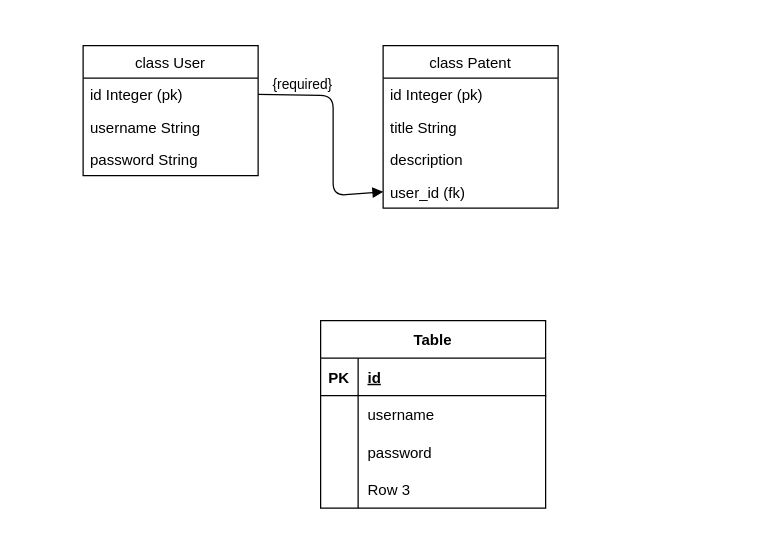
This is patentschema.drawio from ryan-dev-flat/patent, a draw.io file, before an edit. Source tidied: cells renumbered, new cells numbered last; positions are measured from the earlier drawing's top-left corner, leaving out a move shared by most shapes. Both pictures are drawn from the tidied source at 125%, with x=0, y=0 at pixel (82, 45).
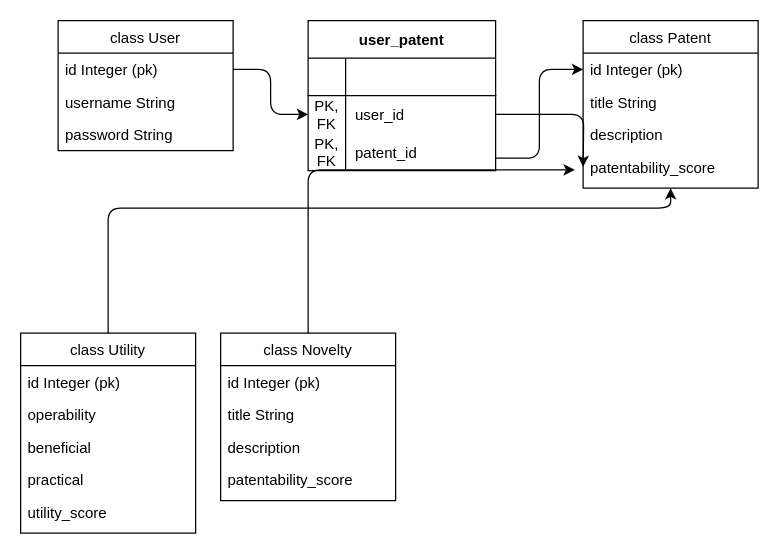
The same page after the edit.

Commit message (it also covers changes not shown here):
latest code updated models and migrated

The change refers to these unchanged cells:
```xml
<mxCell id="3" value="id Integer (pk)" style="text;strokeColor=none;fillColor=none;align=left;verticalAlign=top;spacingLeft=4;spacingRight=4;overflow=hidden;points=[[0,0.5],[1,0.5]];portConstraint=eastwest;" parent="2" vertex="1">
  <mxGeometry y="26" width="140" height="26" as="geometry" />
</mxCell>
<mxCell id="7" value="id Integer (pk)" style="text;strokeColor=none;fillColor=none;align=left;verticalAlign=top;spacingLeft=4;spacingRight=4;overflow=hidden;points=[[0,0.5],[1,0.5]];portConstraint=eastwest;" parent="6" vertex="1">
  <mxGeometry y="26" width="140" height="26" as="geometry" />
</mxCell>
```

Change to the diagram source:
```diff
@@
     <mxCell id="2" value="class User" style="swimlane;fontStyle=0;horizontal=1;startSize=26;fillColor=none;" parent="1" vertex="1">
-      <mxGeometry width="140" height="104" as="geometry" />
+      <mxGeometry x="-20" y="-20" width="140" height="104" as="geometry" />
     </mxCell>
@@
+    <mxCell id="25" style="edgeStyle=orthogonalEdgeStyle;html=1;elbow=vertical;" parent="1" edge="1" source="31" target="27">
+      <mxGeometry relative="1" as="geometry">
+        <Array as="points">
+          <mxPoint x="20" y="130" />
+          <mxPoint x="470" y="130" />
+        </Array>
+      </mxGeometry>
+    </mxCell>
+    <mxCell id="26" style="edgeStyle=orthogonalEdgeStyle;html=1;elbow=vertical;entryX=-0.048;entryY=0.513;entryDx=0;entryDy=0;entryPerimeter=0;" parent="1" edge="1" source="37" target="27">
+      <mxGeometry relative="1" as="geometry" />
+    </mxCell>
     <mxCell id="6" value="class Patent" style="swimlane;fontStyle=0;horizontal=1;startSize=26;fillColor=none;" parent="1" vertex="1">
-      <mxGeometry x="240" width="140" height="130" as="geometry" />
+      <mxGeometry x="400" y="-20" width="140" height="134" as="geometry" />
     </mxCell>
@@
-    <mxCell id="10" value="user_id (fk)" style="text;strokeColor=none;fillColor=none;align=left;verticalAlign=top;spacingLeft=4;spacingRight=4;overflow=hidden;points=[[0,0.5],[1,0.5]];portConstraint=eastwest;" parent="6" vertex="1">
-      <mxGeometry y="104" width="140" height="26" as="geometry" />
-    </mxCell>
-    <mxCell id="11" value="{required}" style="html=1;verticalAlign=bottom;labelBackgroundColor=none;endArrow=block;endFill=1;endSize=6;align=left;entryX=0;entryY=0.5;entryDx=0;entryDy=0;exitX=1;exitY=0.5;exitDx=0;exitDy=0;" parent="1" edge="1" source="3" target="10">
-      <mxGeometry x="-0.89" y="-1" relative="1" as="geometry">
-        <Array as="points">
-          <mxPoint x="200" y="40" />
-          <mxPoint x="200" y="120" />
-        </Array>
-      </mxGeometry>
-    </mxCell>
+    <mxCell id="27" value="patentability_score" style="text;strokeColor=none;fillColor=none;align=left;verticalAlign=top;spacingLeft=4;spacingRight=4;overflow=hidden;points=[[0,0.5],[1,0.5]];portConstraint=eastwest;" parent="6" vertex="1">
+      <mxGeometry y="104" width="140" height="30" as="geometry" />
+    </mxCell>
+    <mxCell id="28" style="edgeStyle=orthogonalEdgeStyle;html=1;elbow=vertical;exitX=1;exitY=0.5;exitDx=0;exitDy=0;" parent="1" edge="1" source="16">
+      <mxGeometry relative="1" as="geometry">
+        <mxPoint x="400" y="97" as="targetPoint" />
+      </mxGeometry>
+    </mxCell>
-    <mxCell id="12" value="Table" style="shape=table;startSize=30;childLayout=tableLayout;rowLines=0;fontStyle=1;align=center;" parent="1" vertex="1">
-      <mxGeometry x="190" y="220" width="180" height="150" as="geometry" />
+    <mxCell id="12" value="user_patent" style="shape=table;startSize=30;childLayout=tableLayout;rowLines=0;fontStyle=1;align=center;" parent="1" vertex="1">
+      <mxGeometry x="180" y="-20" width="150" height="120" as="geometry" />
     </mxCell>
     <mxCell id="13" style="shape=tableRow;horizontal=0;startSize=0;swimlaneHead=0;swimlaneBody=0;fillColor=none;top=0;left=0;right=0;bottom=1;" parent="12" vertex="1">
-      <mxGeometry y="30" width="180" height="30" as="geometry" />
+      <mxGeometry y="30" width="150" height="30" as="geometry" />
     </mxCell>
-    <mxCell id="14" value="PK" style="shape=partialRectangle;fillColor=none;top=0;left=0;bottom=0;right=0;fontStyle=1;overflow=hidden;" parent="13" vertex="1">
+    <mxCell id="14" style="shape=partialRectangle;fillColor=none;top=0;left=0;bottom=0;right=0;fontStyle=1;overflow=hidden;" parent="13" vertex="1">
       <mxGeometry width="30" height="30" as="geometry" />
     </mxCell>
-    <mxCell id="15" value="id" style="shape=partialRectangle;fillColor=none;top=0;left=0;bottom=0;right=0;align=left;spacingLeft=6;fontStyle=5;overflow=hidden;" parent="13" vertex="1">
-      <mxGeometry x="30" width="150" height="30" as="geometry" />
+    <mxCell id="15" style="shape=partialRectangle;fillColor=none;top=0;left=0;bottom=0;right=0;align=left;spacingLeft=6;fontStyle=5;overflow=hidden;" parent="13" vertex="1">
+      <mxGeometry x="30" width="120" height="30" as="geometry" />
     </mxCell>
     <mxCell id="16" style="shape=tableRow;horizontal=0;startSize=0;swimlaneHead=0;swimlaneBody=0;fillColor=none;points=[[0,0.5],[1,0.5]];portConstraint=eastwest;top=0;left=0;right=0;bottom=0;" parent="12" vertex="1">
-      <mxGeometry y="60" width="180" height="30" as="geometry" />
+      <mxGeometry y="60" width="150" height="30" as="geometry" />
     </mxCell>
-    <mxCell id="17" style="shape=partialRectangle;fillColor=none;top=0;left=0;bottom=0;right=0;overflow=hidden;" parent="16" vertex="1">
+    <mxCell id="17" value="PK, &#10;FK" style="shape=partialRectangle;fillColor=none;top=0;left=0;bottom=0;right=0;overflow=hidden;" parent="16" vertex="1">
       <mxGeometry width="30" height="30" as="geometry" />
     </mxCell>
-    <mxCell id="18" value="username" style="shape=partialRectangle;fillColor=none;top=0;left=0;bottom=0;right=0;align=left;spacingLeft=6;overflow=hidden;" parent="16" vertex="1">
-      <mxGeometry x="30" width="150" height="30" as="geometry" />
+    <mxCell id="18" value="user_id" style="shape=partialRectangle;fillColor=none;top=0;left=0;bottom=0;right=0;align=left;spacingLeft=6;overflow=hidden;" parent="16" vertex="1">
+      <mxGeometry x="30" width="120" height="30" as="geometry" />
     </mxCell>
     <mxCell id="19" style="shape=tableRow;horizontal=0;startSize=0;swimlaneHead=0;swimlaneBody=0;fillColor=none;top=0;left=0;right=0;bottom=0;" parent="12" vertex="1">
-      <mxGeometry y="90" width="180" height="30" as="geometry" />
+      <mxGeometry y="90" width="150" height="30" as="geometry" />
     </mxCell>
-    <mxCell id="20" style="shape=partialRectangle;fillColor=none;top=0;left=0;bottom=0;right=0;overflow=hidden;" parent="19" vertex="1">
+    <mxCell id="20" value="PK,&#10;FK" style="shape=partialRectangle;fillColor=none;top=0;left=0;bottom=0;right=0;overflow=hidden;" parent="19" vertex="1">
       <mxGeometry width="30" height="30" as="geometry" />
     </mxCell>
-    <mxCell id="21" value="password" style="shape=partialRectangle;fillColor=none;top=0;left=0;bottom=0;right=0;align=left;spacingLeft=6;overflow=hidden;" parent="19" vertex="1">
-      <mxGeometry x="30" width="150" height="30" as="geometry" />
+    <mxCell id="21" value="patent_id" style="shape=partialRectangle;fillColor=none;top=0;left=0;bottom=0;right=0;align=left;spacingLeft=6;overflow=hidden;" parent="19" vertex="1">
+      <mxGeometry x="30" width="120" height="30" as="geometry" />
     </mxCell>
-    <mxCell id="22" style="shape=tableRow;horizontal=0;startSize=0;swimlaneHead=0;swimlaneBody=0;fillColor=none;top=0;left=0;right=0;bottom=0;" parent="12" vertex="1">
-      <mxGeometry y="120" width="180" height="30" as="geometry" />
-    </mxCell>
-    <mxCell id="23" style="shape=partialRectangle;fillColor=none;top=0;left=0;bottom=0;right=0;overflow=hidden;" parent="22" vertex="1">
-      <mxGeometry width="30" height="30" as="geometry" />
-    </mxCell>
-    <mxCell id="24" value="Row 3" style="shape=partialRectangle;fillColor=none;top=0;left=0;bottom=0;right=0;align=left;spacingLeft=6;overflow=hidden;" parent="22" vertex="1">
-      <mxGeometry x="30" width="150" height="30" as="geometry" />
-    </mxCell>
+    <mxCell id="29" style="edgeStyle=orthogonalEdgeStyle;elbow=vertical;html=1;" parent="1" edge="1" target="7">
+      <mxGeometry relative="1" as="geometry">
+        <mxPoint x="330" y="90" as="sourcePoint" />
+        <Array as="points">
+          <mxPoint x="330" y="90" />
+          <mxPoint x="365" y="90" />
+          <mxPoint x="365" y="19" />
+        </Array>
+      </mxGeometry>
+    </mxCell>
+    <mxCell id="30" style="edgeStyle=orthogonalEdgeStyle;html=1;exitX=1;exitY=0.5;exitDx=0;exitDy=0;entryX=0;entryY=0.5;entryDx=0;entryDy=0;elbow=vertical;" parent="1" edge="1" source="3" target="16">
+      <mxGeometry relative="1" as="geometry" />
+    </mxCell>
+    <mxCell id="31" value="class Utility" style="swimlane;fontStyle=0;horizontal=1;startSize=26;fillColor=none;" parent="1" vertex="1">
+      <mxGeometry x="-50" y="230" width="140" height="160" as="geometry" />
+    </mxCell>
+    <mxCell id="32" value="id Integer (pk)" style="text;strokeColor=none;fillColor=none;align=left;verticalAlign=top;spacingLeft=4;spacingRight=4;overflow=hidden;" parent="31" vertex="1">
+      <mxGeometry y="26" width="140" height="26" as="geometry" />
+    </mxCell>
+    <mxCell id="33" value="operability" style="text;strokeColor=none;fillColor=none;align=left;verticalAlign=top;spacingLeft=4;spacingRight=4;overflow=hidden;" parent="31" vertex="1">
+      <mxGeometry y="52" width="140" height="26" as="geometry" />
+    </mxCell>
+    <mxCell id="34" value="beneficial" style="text;strokeColor=none;fillColor=none;align=left;verticalAlign=top;spacingLeft=4;spacingRight=4;overflow=hidden;" parent="31" vertex="1">
+      <mxGeometry y="78" width="140" height="26" as="geometry" />
+    </mxCell>
+    <mxCell id="35" value="practical" style="text;strokeColor=none;fillColor=none;align=left;verticalAlign=top;spacingLeft=4;spacingRight=4;overflow=hidden;" parent="31" vertex="1">
+      <mxGeometry y="104" width="140" height="26" as="geometry" />
+    </mxCell>
+    <mxCell id="36" value="utility_score " style="text;strokeColor=none;fillColor=none;align=left;verticalAlign=top;spacingLeft=4;spacingRight=4;overflow=hidden;" parent="31" vertex="1">
+      <mxGeometry y="130" width="140" height="30" as="geometry" />
+    </mxCell>
+    <mxCell id="37" value="class Novelty" style="swimlane;fontStyle=0;horizontal=1;startSize=26;fillColor=none;" parent="1" vertex="1">
+      <mxGeometry x="110" y="230" width="140" height="134" as="geometry" />
+    </mxCell>
+    <mxCell id="38" value="id Integer (pk)" style="text;strokeColor=none;fillColor=none;align=left;verticalAlign=top;spacingLeft=4;spacingRight=4;overflow=hidden;" parent="37" vertex="1">
+      <mxGeometry y="26" width="140" height="26" as="geometry" />
+    </mxCell>
+    <mxCell id="39" value="title String" style="text;strokeColor=none;fillColor=none;align=left;verticalAlign=top;spacingLeft=4;spacingRight=4;overflow=hidden;" parent="37" vertex="1">
+      <mxGeometry y="52" width="140" height="26" as="geometry" />
+    </mxCell>
+    <mxCell id="40" value="description" style="text;strokeColor=none;fillColor=none;align=left;verticalAlign=top;spacingLeft=4;spacingRight=4;overflow=hidden;" parent="37" vertex="1">
+      <mxGeometry y="78" width="140" height="26" as="geometry" />
+    </mxCell>
+    <mxCell id="41" value="patentability_score" style="text;strokeColor=none;fillColor=none;align=left;verticalAlign=top;spacingLeft=4;spacingRight=4;overflow=hidden;" parent="37" vertex="1">
+      <mxGeometry y="104" width="140" height="30" as="geometry" />
+    </mxCell>
```
